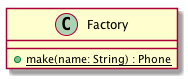
lyhcode/oosad keeps this PlantUML diagram as assets/images/uml/ex-phone/the_factory_class.png. Above is the earlier version.
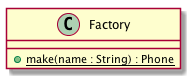
Above is the later version.

The edit, as a diff of the source:
```diff
@@ -1,5 +1,5 @@
 @startuml
 class Factory {
-    +{static} make(name: String) : Phone
+    +{static} make(name : String) : Phone
 }
 @enduml
```
